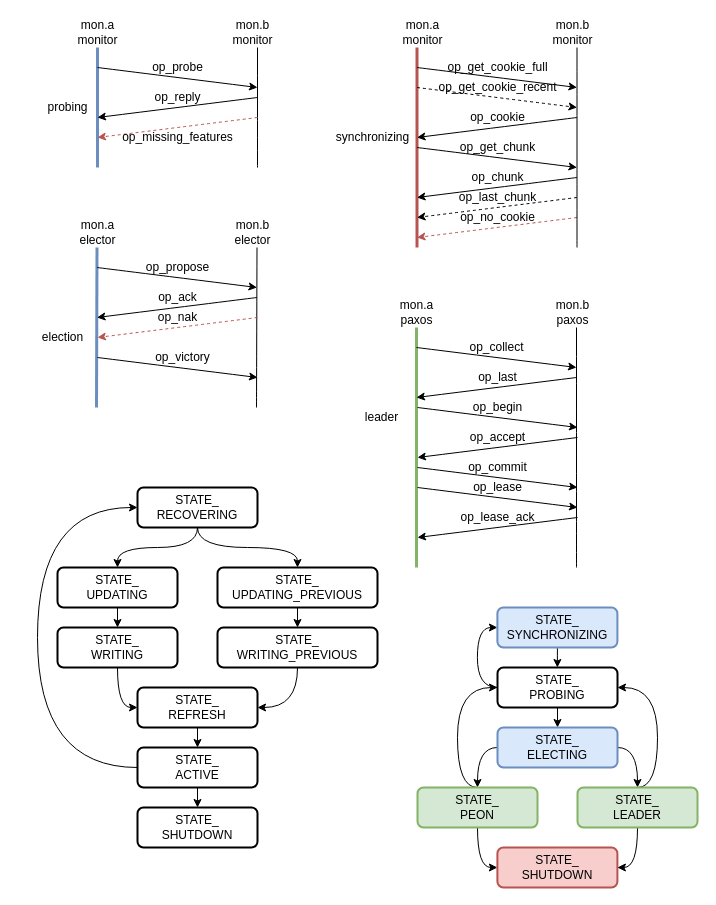
Before: ceph/ceph-mon.drawio in EarthWind/deeparch, a draw.io diagram. Source tidied: cells renumbered, new cells numbered last; positions are measured from the earlier drawing's top-left corner, leaving out a move shared by most shapes. Both pictures are drawn from the tidied source at 100%, with x=0, y=0 at pixel (32, 17).
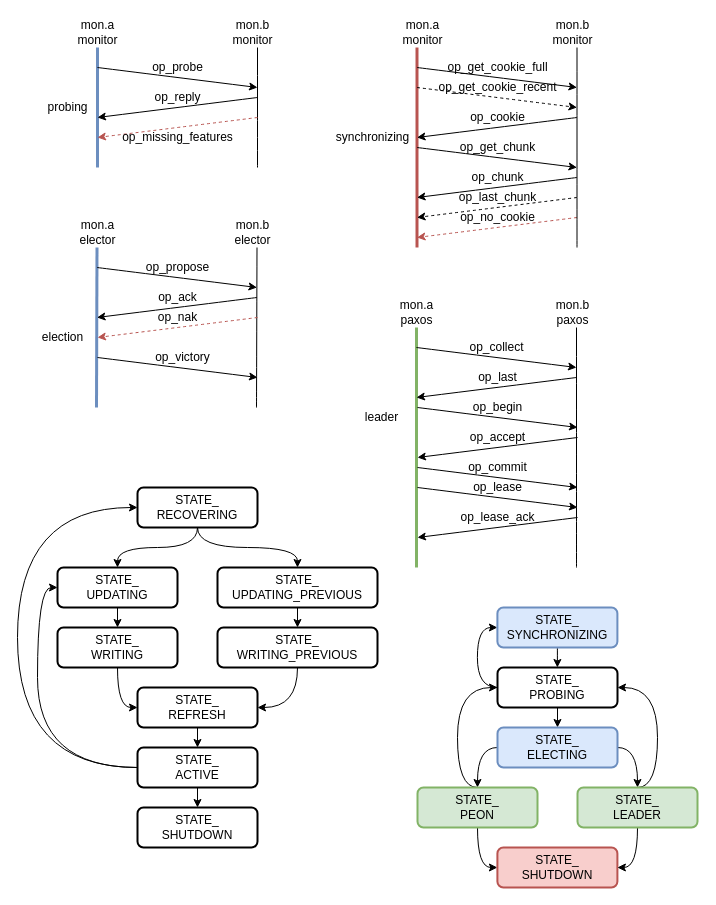
After the change.

Unchanged cells that the change refers to:
```xml
<mxCell id="61" value="STATE_&lt;br&gt;RECOVERING" style="rounded=1;whiteSpace=wrap;html=1;strokeWidth=2;fillWeight=4;hachureGap=8;hachureAngle=45;sketch=0;" parent="1" vertex="1">
  <mxGeometry x="105" y="470" width="120" height="40" as="geometry" />
</mxCell>
<mxCell id="64" value="STATE_&lt;br&gt;ACTIVE" style="rounded=1;whiteSpace=wrap;html=1;strokeWidth=2;fillWeight=4;hachureGap=8;hachureAngle=45;sketch=0;" parent="1" vertex="1">
  <mxGeometry x="105" y="730" width="120" height="40" as="geometry" />
</mxCell>
<mxCell id="66" value="STATE_&lt;br&gt;UPDATING" style="rounded=1;whiteSpace=wrap;html=1;strokeWidth=2;fillWeight=4;hachureGap=8;hachureAngle=45;sketch=0;" parent="1" vertex="1">
  <mxGeometry x="25" y="550" width="120" height="40" as="geometry" />
</mxCell>
```

The edit, as a diff of the source:
```diff
@@
     <mxCell id="63" style="edgeStyle=orthogonalEdgeStyle;curved=1;rounded=0;jettySize=auto;html=1;entryX=0;entryY=0.5;entryDx=0;entryDy=0;strokeColor=#000000;strokeWidth=1;exitX=0;exitY=0.5;exitDx=0;exitDy=0;" parent="1" edge="1" source="64" target="61">
       <mxGeometry relative="1" as="geometry">
         <Array as="points">
-          <mxPoint x="5" y="750" />
-          <mxPoint x="5" y="490" />
+          <mxPoint x="-15" y="750" />
+          <mxPoint x="-15" y="490" />
         </Array>
       </mxGeometry>
     </mxCell>
+    <mxCell id="99" style="edgeStyle=orthogonalEdgeStyle;curved=1;rounded=0;jettySize=auto;html=1;entryX=0;entryY=0.5;entryDx=0;entryDy=0;strokeColor=#000000;strokeWidth=1;exitX=0;exitY=0.5;exitDx=0;exitDy=0;" parent="1" edge="1" source="64" target="66">
+      <mxGeometry relative="1" as="geometry">
+        <Array as="points">
+          <mxPoint x="5" y="750" />
+          <mxPoint x="5" y="570" />
+        </Array>
+      </mxGeometry>
+    </mxCell>
```
